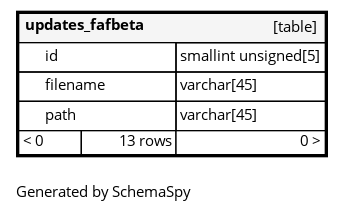
Before: diagrams/tables/updates_fafbeta.1degree.png, a diagram exported from Graphviz (ta-forever/db). Its source is kept beside it as diagrams/tables/updates_fafbeta.1degree.dot. Its diagram source:
```dot
digraph "oneDegreeRelationshipsDiagram" {
  graph [    rankdir="RL"    bgcolor="#ffffff"    label="\nGenerated by SchemaSpy"    labeljust="l"    nodesep="0.18"    ranksep="0.46"    fontname="Helvetica"    fontsize="11"    ration="compress"  ];  node [    fontname="Helvetica"    fontsize="11"    shape="plaintext"  ];  edge [    arrowsize="0.8"  ];
  "updates_fafbeta" [
   label=<
    <TABLE BORDER="2" CELLBORDER="1" CELLSPACING="0" BGCOLOR="#ffffff">
      <TR><TD COLSPAN="4"  BGCOLOR="#f5f5f5"><TABLE BORDER="0" CELLSPACING="0"><TR><TD ALIGN="LEFT" FIXEDSIZE="TRUE" WIDTH="97" HEIGHT="16"><B>updates_fafbeta</B></TD><TD ALIGN="RIGHT">[table]</TD></TR></TABLE></TD></TR>
      <TR><TD PORT="id" COLSPAN="2" BGCOLOR="#ffffff" ALIGN="LEFT"><TABLE BORDER="0" CELLSPACING="0" ALIGN="LEFT"><TR ALIGN="LEFT"><TD ALIGN="LEFT" FIXEDSIZE="TRUE" WIDTH="15" HEIGHT="16"></TD><TD ALIGN="LEFT" FIXEDSIZE="TRUE" WIDTH="97" HEIGHT="16">id</TD></TR></TABLE></TD><TD PORT="id.type" ALIGN="LEFT">smallint unsigned[5]</TD></TR>
      <TR><TD PORT="filename" COLSPAN="2" ALIGN="LEFT"><TABLE BORDER="0" CELLSPACING="0" ALIGN="LEFT"><TR ALIGN="LEFT"><TD ALIGN="LEFT" FIXEDSIZE="TRUE" WIDTH="15" HEIGHT="16"></TD><TD ALIGN="LEFT" FIXEDSIZE="TRUE" WIDTH="97" HEIGHT="16">filename</TD></TR></TABLE></TD><TD PORT="filename.type" ALIGN="LEFT">varchar[45]</TD></TR>
      <TR><TD PORT="path" COLSPAN="2" ALIGN="LEFT"><TABLE BORDER="0" CELLSPACING="0" ALIGN="LEFT"><TR ALIGN="LEFT"><TD ALIGN="LEFT" FIXEDSIZE="TRUE" WIDTH="15" HEIGHT="16"></TD><TD ALIGN="LEFT" FIXEDSIZE="TRUE" WIDTH="97" HEIGHT="16">path</TD></TR></TABLE></TD><TD PORT="path.type" ALIGN="LEFT">varchar[45]</TD></TR>
      <TR><TD ALIGN="LEFT" BGCOLOR="#ffffff">&lt; 0</TD><TD ALIGN="RIGHT" BGCOLOR="#ffffff">13 rows</TD><TD ALIGN="RIGHT" BGCOLOR="#ffffff">0 &gt;</TD></TR>
    </TABLE>>
    URL="updates_fafbeta.html"
    target="_top"
    tooltip="updates_fafbeta"
  ];
}
```
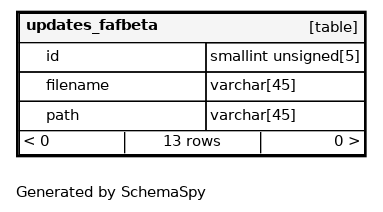
After the commit.

What changed in the source:
```diff
@@ -1,13 +1,13 @@
 digraph "oneDegreeRelationshipsDiagram" {
-  graph [    rankdir="RL"    bgcolor="#ffffff"    label="\nGenerated by SchemaSpy"    labeljust="l"    nodesep="0.18"    ranksep="0.46"    fontname="Helvetica"    fontsize="11"    ration="compress"  ];  node [    fontname="Helvetica"    fontsize="11"    shape="plaintext"  ];  edge [    arrowsize="0.8"  ];
+  graph [    rankdir="RL"    bgcolor="#ffffff"    label="\nGenerated by SchemaSpy"    labeljust="l"    nodesep="0.18"    ranksep="0.46"    fontname="Helvetica"    fontsize="11"    packmode="graph"  ];  node [    fontname="Helvetica"    fontsize="11"    shape="plaintext"  ];  edge [    arrowsize="0.8"  ];
   "updates_fafbeta" [
    label=<
     <TABLE BORDER="2" CELLBORDER="1" CELLSPACING="0" BGCOLOR="#ffffff">
-      <TR><TD COLSPAN="4"  BGCOLOR="#f5f5f5"><TABLE BORDER="0" CELLSPACING="0"><TR><TD ALIGN="LEFT" FIXEDSIZE="TRUE" WIDTH="97" HEIGHT="16"><B>updates_fafbeta</B></TD><TD ALIGN="RIGHT">[table]</TD></TR></TABLE></TD></TR>
-      <TR><TD PORT="id" COLSPAN="2" BGCOLOR="#ffffff" ALIGN="LEFT"><TABLE BORDER="0" CELLSPACING="0" ALIGN="LEFT"><TR ALIGN="LEFT"><TD ALIGN="LEFT" FIXEDSIZE="TRUE" WIDTH="15" HEIGHT="16"></TD><TD ALIGN="LEFT" FIXEDSIZE="TRUE" WIDTH="97" HEIGHT="16">id</TD></TR></TABLE></TD><TD PORT="id.type" ALIGN="LEFT">smallint unsigned[5]</TD></TR>
-      <TR><TD PORT="filename" COLSPAN="2" ALIGN="LEFT"><TABLE BORDER="0" CELLSPACING="0" ALIGN="LEFT"><TR ALIGN="LEFT"><TD ALIGN="LEFT" FIXEDSIZE="TRUE" WIDTH="15" HEIGHT="16"></TD><TD ALIGN="LEFT" FIXEDSIZE="TRUE" WIDTH="97" HEIGHT="16">filename</TD></TR></TABLE></TD><TD PORT="filename.type" ALIGN="LEFT">varchar[45]</TD></TR>
-      <TR><TD PORT="path" COLSPAN="2" ALIGN="LEFT"><TABLE BORDER="0" CELLSPACING="0" ALIGN="LEFT"><TR ALIGN="LEFT"><TD ALIGN="LEFT" FIXEDSIZE="TRUE" WIDTH="15" HEIGHT="16"></TD><TD ALIGN="LEFT" FIXEDSIZE="TRUE" WIDTH="97" HEIGHT="16">path</TD></TR></TABLE></TD><TD PORT="path.type" ALIGN="LEFT">varchar[45]</TD></TR>
-      <TR><TD ALIGN="LEFT" BGCOLOR="#ffffff">&lt; 0</TD><TD ALIGN="RIGHT" BGCOLOR="#ffffff">13 rows</TD><TD ALIGN="RIGHT" BGCOLOR="#ffffff">0 &gt;</TD></TR>
+      <TR><TD COLSPAN="4"  BGCOLOR="#f5f5f5"><TABLE BORDER="0" CELLSPACING="0"><TR><TD ALIGN="LEFT" FIXEDSIZE="TRUE" WIDTH="119" HEIGHT="16"><B>updates_fafbeta</B></TD><TD ALIGN="RIGHT">[table]</TD></TR></TABLE></TD></TR>
+      <TR><TD PORT="id" COLSPAN="2" BGCOLOR="#ffffff" ALIGN="LEFT"><TABLE BORDER="0" CELLSPACING="0" ALIGN="LEFT"><TR ALIGN="LEFT"><TD ALIGN="LEFT" FIXEDSIZE="TRUE" WIDTH="15" HEIGHT="16"></TD><TD ALIGN="LEFT" FIXEDSIZE="TRUE" WIDTH="119" HEIGHT="16">id</TD></TR></TABLE></TD><TD PORT="id.type" ALIGN="LEFT">smallint unsigned[5]</TD></TR>
+      <TR><TD PORT="filename" COLSPAN="2" ALIGN="LEFT"><TABLE BORDER="0" CELLSPACING="0" ALIGN="LEFT"><TR ALIGN="LEFT"><TD ALIGN="LEFT" FIXEDSIZE="TRUE" WIDTH="15" HEIGHT="16"></TD><TD ALIGN="LEFT" FIXEDSIZE="TRUE" WIDTH="119" HEIGHT="16">filename</TD></TR></TABLE></TD><TD PORT="filename.type" ALIGN="LEFT">varchar[45]</TD></TR>
+      <TR><TD PORT="path" COLSPAN="2" ALIGN="LEFT"><TABLE BORDER="0" CELLSPACING="0" ALIGN="LEFT"><TR ALIGN="LEFT"><TD ALIGN="LEFT" FIXEDSIZE="TRUE" WIDTH="15" HEIGHT="16"></TD><TD ALIGN="LEFT" FIXEDSIZE="TRUE" WIDTH="119" HEIGHT="16">path</TD></TR></TABLE></TD><TD PORT="path.type" ALIGN="LEFT">varchar[45]</TD></TR>
+      <TR><TD ALIGN="LEFT" CELLPADDING="0" BGCOLOR="#ffffff" COLSPAN="4" ><TABLE BORDER="0" CELLBORDER="0" CELLSPACING="0"><TR><TD ALIGN="LEFT" BGCOLOR="#ffffff">&lt; 0</TD><VR/><TD ALIGN="CENTER" BGCOLOR="#ffffff">13 rows</TD><VR/><TD ALIGN="RIGHT" BGCOLOR="#ffffff">0 &gt;</TD></TR></TABLE></TD></TR>
     </TABLE>>
     URL="updates_fafbeta.html"
     target="_top"
```
